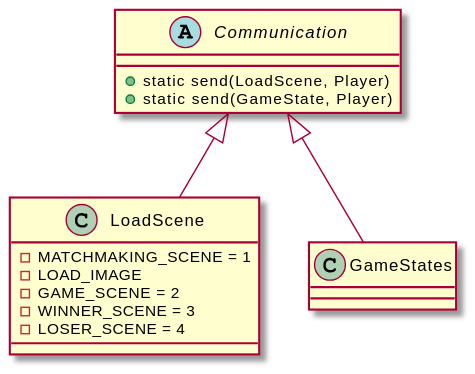
This is Flowcharts/Rendered/CommonClasses.svg from yashdwivedi/mavenproject1, a PlantUML export, as it was before one commit. The source it was exported from:
```plantuml
@startuml
abstract class Communication{
    + static send(LoadScene, Player)
    + static send(GameState, Player)
}
class LoadScene{
    - MATCHMAKING_SCENE = 1
    - LOAD_IMAGE
    - GAME_SCENE = 2
    - WINNER_SCENE = 3
    - LOSER_SCENE = 4
}

Communication <|-- LoadScene
Communication <|-- GameStates
@enduml
```
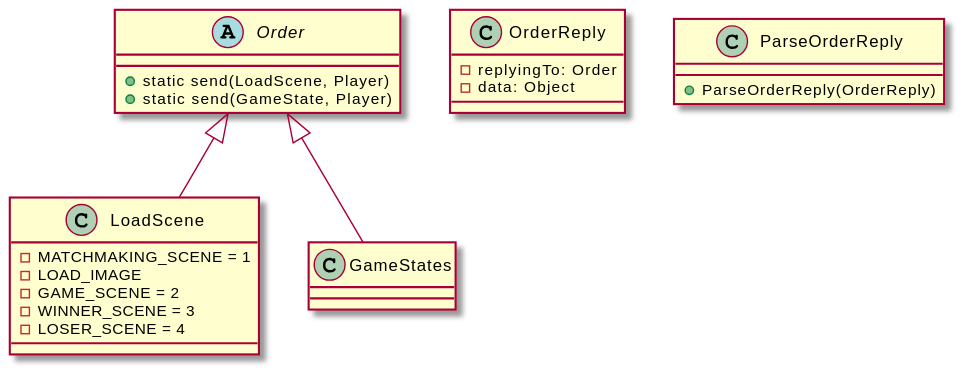
After the commit.

Commit message:
🤖 Rendered PlantUML diagrams

Change to the diagram source:
```diff
@@ -1,7 +1,14 @@
 @startuml
-abstract class Communication{
+abstract class Order{
     + static send(LoadScene, Player)
     + static send(GameState, Player)
+}
+class OrderReply {
+    - replyingTo: Order
+    - data: Object
+}
+class ParseOrderReply{
+    + ParseOrderReply(OrderReply)
 }
 class LoadScene{
     - MATCHMAKING_SCENE = 1
@@ -11,6 +18,6 @@
     - LOSER_SCENE = 4
 }
 
-Communication <|-- LoadScene
-Communication <|-- GameStates
+Order <|-- LoadScene
+Order <|-- GameStates
 @enduml
```
